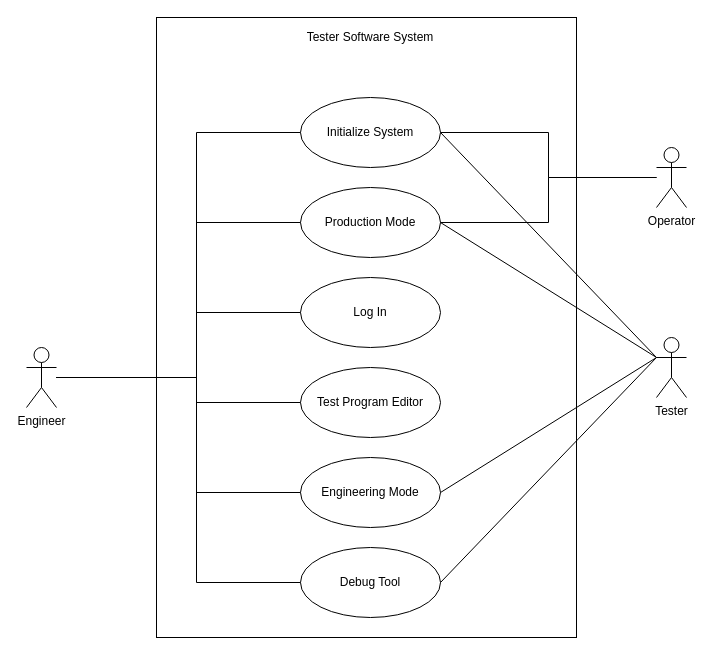
This is page "Tester Software System Use Case" (1 of 13) of SG9KG5/UI Design/Use Case.drawio from Jasson-Chou/Software-Projects, a draw.io file, before an edit. Source tidied: cells renumbered, new cells numbered last; positions are measured from the earlier drawing's top-left corner, leaving out a move shared by most shapes. Both pictures are drawn from the tidied source at 100%, with x=0, y=0 at pixel (26, 17).
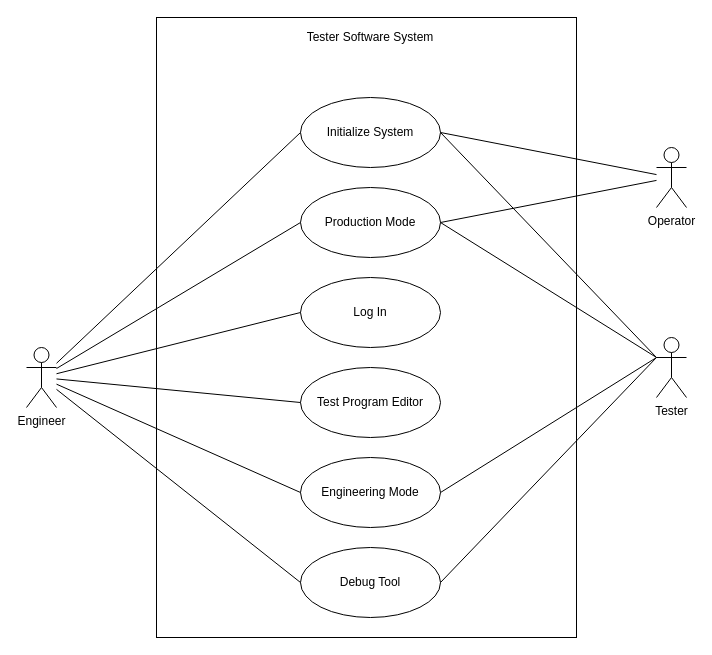
The same page after the edit.

The change refers to these unchanged cells:
```xml
<mxCell id="6" value="Operator" style="shape=umlActor;verticalLabelPosition=bottom;verticalAlign=top;html=1;" parent="1" vertex="1">
  <mxGeometry x="630" y="130" width="30" height="60" as="geometry" />
</mxCell>
<mxCell id="7" value="Initialize System" style="ellipse;whiteSpace=wrap;html=1;" parent="1" vertex="1">
  <mxGeometry x="274" y="80" width="140" height="70" as="geometry" />
</mxCell>
<mxCell id="8" value="Production Mode" style="ellipse;whiteSpace=wrap;html=1;" parent="1" vertex="1">
  <mxGeometry x="274" y="170" width="140" height="70" as="geometry" />
</mxCell>
<mxCell id="9" value="Log In" style="ellipse;whiteSpace=wrap;html=1;" parent="1" vertex="1">
  <mxGeometry x="274" y="260" width="140" height="70" as="geometry" />
</mxCell>
<mxCell id="10" value="Engineering Mode" style="ellipse;whiteSpace=wrap;html=1;" parent="1" vertex="1">
  <mxGeometry x="274" y="440" width="140" height="70" as="geometry" />
</mxCell>
<mxCell id="11" value="Test Program Editor" style="ellipse;whiteSpace=wrap;html=1;" parent="1" vertex="1">
  <mxGeometry x="274" y="350" width="140" height="70" as="geometry" />
</mxCell>
<mxCell id="12" value="Debug Tool" style="ellipse;whiteSpace=wrap;html=1;" parent="1" vertex="1">
  <mxGeometry x="274" y="530" width="140" height="70" as="geometry" />
</mxCell>
<mxCell id="19" value="Engineer" style="shape=umlActor;verticalLabelPosition=bottom;verticalAlign=top;html=1;" parent="1" vertex="1">
  <mxGeometry y="330" width="30" height="60" as="geometry" />
</mxCell>
```

What changed in the source:
```diff
@@
-    <mxCell id="4" style="edgeStyle=orthogonalEdgeStyle;rounded=0;jettySize=auto;html=1;entryX=1;entryY=0.5;entryDx=0;entryDy=0;endArrow=none;endFill=0;" parent="1" edge="1" source="6" target="7">
-      <mxGeometry relative="1" as="geometry">
-        <Array as="points">
-          <mxPoint x="522" y="160" />
-          <mxPoint x="522" y="115" />
-        </Array>
-      </mxGeometry>
+    <mxCell id="4" style="rounded=0;jettySize=auto;html=1;entryX=1;entryY=0.5;entryDx=0;entryDy=0;endArrow=none;endFill=0;" parent="1" edge="1" source="6" target="7">
+      <mxGeometry relative="1" as="geometry" />
     </mxCell>
-    <mxCell id="5" style="edgeStyle=orthogonalEdgeStyle;rounded=0;jettySize=auto;html=1;entryX=1;entryY=0.5;entryDx=0;entryDy=0;endArrow=none;endFill=0;" parent="1" edge="1" source="6" target="8">
-      <mxGeometry relative="1" as="geometry">
-        <Array as="points">
-          <mxPoint x="522" y="160" />
-          <mxPoint x="522" y="205" />
-        </Array>
-      </mxGeometry>
+    <mxCell id="5" style="rounded=0;jettySize=auto;html=1;entryX=1;entryY=0.5;entryDx=0;entryDy=0;endArrow=none;endFill=0;" parent="1" edge="1" source="6" target="8">
+      <mxGeometry relative="1" as="geometry" />
     </mxCell>
@@
-    <mxCell id="13" style="edgeStyle=orthogonalEdgeStyle;rounded=0;jettySize=auto;html=1;entryX=0;entryY=0.5;entryDx=0;entryDy=0;endArrow=none;endFill=0;" parent="1" edge="1" source="19" target="7">
-      <mxGeometry relative="1" as="geometry">
-        <Array as="points">
-          <mxPoint x="170" y="360" />
-          <mxPoint x="170" y="115" />
-        </Array>
-      </mxGeometry>
+    <mxCell id="13" style="rounded=0;jettySize=auto;html=1;entryX=0;entryY=0.5;entryDx=0;entryDy=0;endArrow=none;endFill=0;" parent="1" edge="1" source="19" target="7">
+      <mxGeometry relative="1" as="geometry" />
     </mxCell>
-    <mxCell id="14" style="edgeStyle=orthogonalEdgeStyle;rounded=0;jettySize=auto;html=1;entryX=0;entryY=0.5;entryDx=0;entryDy=0;endArrow=none;endFill=0;" parent="1" edge="1" source="19" target="8">
-      <mxGeometry relative="1" as="geometry">
-        <Array as="points">
-          <mxPoint x="170" y="360" />
-          <mxPoint x="170" y="205" />
-        </Array>
-      </mxGeometry>
+    <mxCell id="14" style="rounded=0;jettySize=auto;html=1;entryX=0;entryY=0.5;entryDx=0;entryDy=0;endArrow=none;endFill=0;" parent="1" edge="1" source="19" target="8">
+      <mxGeometry relative="1" as="geometry" />
     </mxCell>
-    <mxCell id="15" style="edgeStyle=orthogonalEdgeStyle;rounded=0;jettySize=auto;html=1;entryX=0;entryY=0.5;entryDx=0;entryDy=0;endArrow=none;endFill=0;" parent="1" edge="1" source="19" target="9">
-      <mxGeometry relative="1" as="geometry">
-        <Array as="points">
-          <mxPoint x="170" y="360" />
-          <mxPoint x="170" y="295" />
-        </Array>
-      </mxGeometry>
+    <mxCell id="15" style="rounded=0;jettySize=auto;html=1;entryX=0;entryY=0.5;entryDx=0;entryDy=0;endArrow=none;endFill=0;" parent="1" edge="1" source="19" target="9">
+      <mxGeometry relative="1" as="geometry" />
     </mxCell>
-    <mxCell id="16" style="edgeStyle=orthogonalEdgeStyle;rounded=0;jettySize=auto;html=1;entryX=0;entryY=0.5;entryDx=0;entryDy=0;endArrow=none;endFill=0;" parent="1" edge="1" source="19" target="11">
-      <mxGeometry relative="1" as="geometry">
-        <Array as="points">
-          <mxPoint x="170" y="360" />
-          <mxPoint x="170" y="385" />
-        </Array>
-      </mxGeometry>
+    <mxCell id="16" style="rounded=0;jettySize=auto;html=1;entryX=0;entryY=0.5;entryDx=0;entryDy=0;endArrow=none;endFill=0;" parent="1" edge="1" source="19" target="11">
+      <mxGeometry relative="1" as="geometry" />
     </mxCell>
-    <mxCell id="17" style="edgeStyle=orthogonalEdgeStyle;rounded=0;jettySize=auto;html=1;entryX=0;entryY=0.5;entryDx=0;entryDy=0;endArrow=none;endFill=0;" parent="1" edge="1" source="19" target="10">
-      <mxGeometry relative="1" as="geometry">
-        <Array as="points">
-          <mxPoint x="170" y="360" />
-          <mxPoint x="170" y="475" />
-        </Array>
-      </mxGeometry>
+    <mxCell id="17" style="rounded=0;jettySize=auto;html=1;entryX=0;entryY=0.5;entryDx=0;entryDy=0;endArrow=none;endFill=0;" parent="1" edge="1" source="19" target="10">
+      <mxGeometry relative="1" as="geometry" />
     </mxCell>
-    <mxCell id="18" style="edgeStyle=orthogonalEdgeStyle;rounded=0;jettySize=auto;html=1;entryX=0;entryY=0.5;entryDx=0;entryDy=0;endArrow=none;endFill=0;" parent="1" edge="1" source="19" target="12">
-      <mxGeometry relative="1" as="geometry">
-        <Array as="points">
-          <mxPoint x="170" y="360" />
-          <mxPoint x="170" y="565" />
-        </Array>
-      </mxGeometry>
+    <mxCell id="18" style="rounded=0;jettySize=auto;html=1;entryX=0;entryY=0.5;entryDx=0;entryDy=0;endArrow=none;endFill=0;" parent="1" edge="1" source="19" target="12">
+      <mxGeometry relative="1" as="geometry" />
     </mxCell>
```
